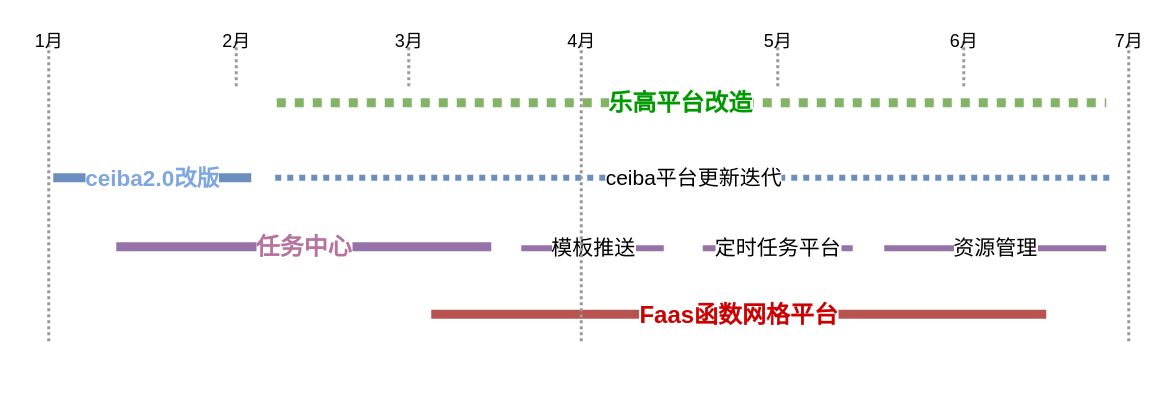
Above: work.drawio in axtrur/resource (draw.io), before the change. Source tidied: cells renumbered, new cells numbered last; positions are measured from the earlier drawing's top-left corner, leaving out a move shared by most shapes. Both pictures are drawn from the tidied source at 150%, with x=0, y=0 at pixel (26, 26).
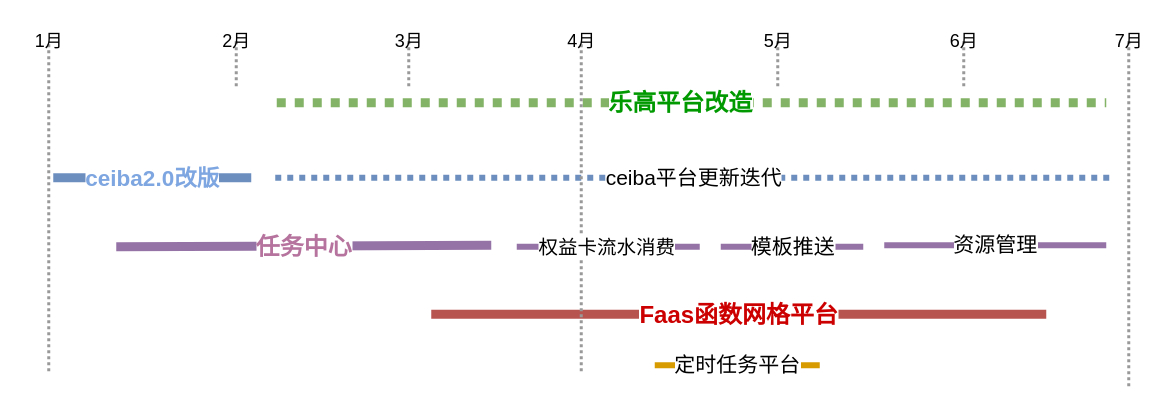
The same page after the edit.

Diff of the diagram source:
```diff
@@
     <mxCell id="5" value="&lt;font style=&quot;font-size: 16px&quot; color=&quot;#b5739d&quot;&gt;&lt;b&gt;任务中心&lt;/b&gt;&lt;/font&gt;" style="endArrow=none;html=1;strokeWidth=6;fillColor=#e1d5e7;strokeColor=#9673a6;" parent="1" edge="1">
       <mxGeometry relative="1" as="geometry">
         <mxPoint x="60" y="147" as="sourcePoint" />
-        <mxPoint x="310" y="147" as="targetPoint" />
+        <mxPoint x="310" y="146" as="targetPoint" />
       </mxGeometry>
     </mxCell>
@@
     <mxCell id="7" value="&lt;font style=&quot;font-size: 14px&quot;&gt;模板推送&lt;/font&gt;" style="endArrow=none;html=1;strokeWidth=4;fillColor=#e1d5e7;strokeColor=#9673a6;" parent="1" edge="1">
-      <mxGeometry x="395" y="338" as="geometry">
-        <mxPoint x="330" y="148" as="sourcePoint" />
-        <mxPoint x="425" y="148" as="targetPoint" />
+      <mxGeometry x="528" y="337" as="geometry">
+        <mxPoint x="463" y="147" as="sourcePoint" />
+        <mxPoint x="558" y="147" as="targetPoint" />
         <Array as="points">
-          <mxPoint x="392" y="148" />
-          <mxPoint x="405" y="148" />
+          <mxPoint x="525" y="147" />
+          <mxPoint x="538" y="147" />
         </Array>
       </mxGeometry>
     </mxCell>
-    <mxCell id="8" value="&lt;font style=&quot;font-size: 14px&quot;&gt;定时任务平台&lt;/font&gt;" style="endArrow=none;html=1;strokeWidth=4;fillColor=#e1d5e7;strokeColor=#9673a6;" parent="1" edge="1">
-      <mxGeometry x="411" y="338" as="geometry">
-        <mxPoint x="451" y="148" as="sourcePoint" />
-        <mxPoint x="551" y="148" as="targetPoint" />
+    <mxCell id="8" value="&lt;font style=&quot;font-size: 14px&quot;&gt;定时任务平台&lt;/font&gt;" style="endArrow=none;html=1;strokeWidth=4;fillColor=#ffe6cc;strokeColor=#d79b00;" parent="1" edge="1">
+      <mxGeometry x="389" y="416" as="geometry">
+        <mxPoint x="419" y="226" as="sourcePoint" />
+        <mxPoint x="529" y="226" as="targetPoint" />
       </mxGeometry>
     </mxCell>
     <mxCell id="9" value="&lt;font style=&quot;font-size: 14px&quot;&gt;资源管理&lt;/font&gt;" style="endArrow=none;html=1;strokeWidth=4;fillColor=#e1d5e7;strokeColor=#9673a6;" parent="1" edge="1">
-      <mxGeometry x="412" y="338" as="geometry">
-        <mxPoint x="572" y="148" as="sourcePoint" />
-        <mxPoint x="720" y="148" as="targetPoint" />
+      <mxGeometry x="412" y="336" as="geometry">
+        <mxPoint x="572" y="146" as="sourcePoint" />
+        <mxPoint x="720" y="146" as="targetPoint" />
         <Array as="points">
-          <mxPoint x="635" y="148" />
+          <mxPoint x="635" y="146" />
         </Array>
       </mxGeometry>
     </mxCell>
@@
     <mxCell id="17" style="endArrow=none;dashed=1;html=1;dashPattern=1 1;strokeWidth=2;strokeColor=#999999;" parent="1" edge="1">
       <mxGeometry relative="1" as="geometry">
-        <mxPoint x="370" y="210" as="sourcePoint" />
+        <mxPoint x="370" y="230" as="sourcePoint" />
         <mxPoint x="370" y="10" as="targetPoint" />
       </mxGeometry>
     </mxCell>
@@
     <mxCell id="21" style="endArrow=none;dashed=1;html=1;dashPattern=1 1;strokeWidth=2;strokeColor=#999999;" parent="1" edge="1">
       <mxGeometry relative="1" as="geometry">
-        <mxPoint x="15" y="210" as="sourcePoint" />
+        <mxPoint x="15" y="230" as="sourcePoint" />
         <mxPoint x="15" y="10" as="targetPoint" />
       </mxGeometry>
     </mxCell>
@@
     <mxCell id="23" style="endArrow=none;dashed=1;html=1;dashPattern=1 1;strokeWidth=2;strokeColor=#999999;" parent="1" edge="1">
       <mxGeometry relative="1" as="geometry">
-        <mxPoint x="735" y="210" as="sourcePoint" />
+        <mxPoint x="735" y="240" as="sourcePoint" />
         <mxPoint x="735" y="10" as="targetPoint" />
       </mxGeometry>
     </mxCell>
@@
+    <mxCell id="25" value="&lt;font style=&quot;font-size: 13px&quot;&gt;权益卡流水消费&lt;/font&gt;" style="endArrow=none;html=1;strokeWidth=4;fillColor=#e1d5e7;strokeColor=#9673a6;" parent="1" edge="1">
+      <mxGeometry x="-103" y="-1" as="geometry">
+        <mxPoint x="327" y="147" as="sourcePoint" />
+        <mxPoint x="449" y="147" as="targetPoint" />
+        <Array as="points">
+          <mxPoint x="387" y="147" />
+          <mxPoint x="416" y="147" />
+          <mxPoint x="429" y="147" />
+        </Array>
+        <mxPoint x="-1" as="offset" />
+      </mxGeometry>
+    </mxCell>
```
